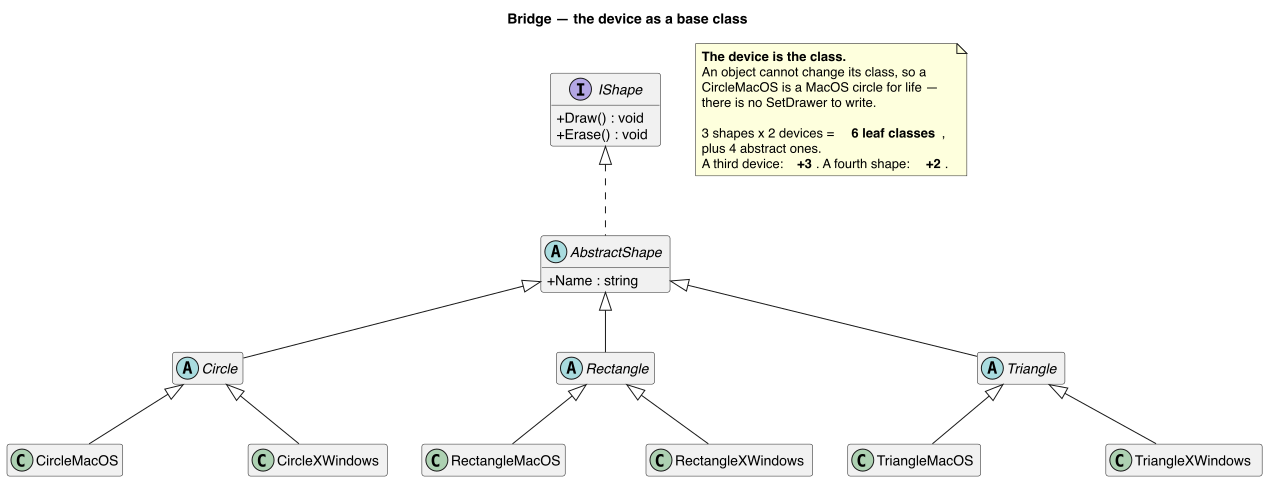
This is Bridge/src/Bridge/Shape/Problem/uml/Bridge - Shape (Problem) - Class Diagram.png from kaldiroglu/DesignPatternsWithCSharp, a PlantUML export, as it was before one commit. Its source is kept beside it as Bridge/src/Bridge/Shape/Problem/uml/Bridge - Shape (Problem) - Class Diagram.puml.
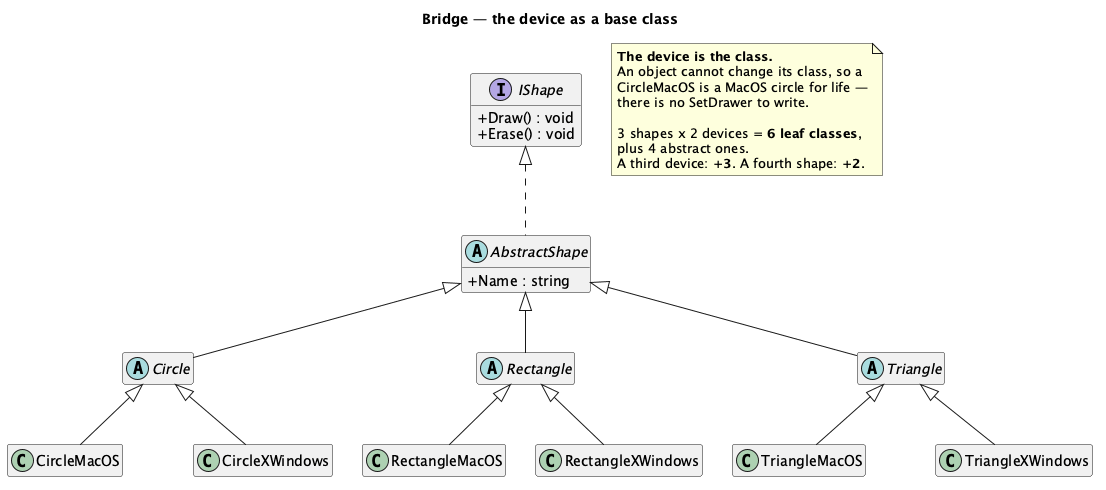
After the commit.

Change to the diagram source:
```diff
@@ -1,4 +1,5 @@
 @startuml "Bridge - Shape (Problem) - Class Diagram"
+skinparam nodesep 30
 skinparam linetype polyline
 skinparam class {
   BackgroundColor<<spacer>> transparent
@@ -53,32 +54,15 @@
   plus 4 abstract ones.
   A third device: <b>+3</b>. A fourth shape: <b>+2</b>.
 end note
-
-AbstractShape -[hidden]- Rectangle
-AbstractShape -[hidden]- Rectangle
-Circle -[hidden]right- Rectangle
-Rectangle -[hidden]right- Triangle
 class " " as Spacer1 <<spacer>>
 Circle -[hidden]- Spacer1
 Circle -[hidden]- Spacer1
 CircleMacOS -[hidden]right- Spacer1
 Spacer1 -[hidden]right- CircleXWindows
 class " " as Spacer2 <<spacer>>
-Rectangle -[hidden]- Spacer2
-Rectangle -[hidden]- Spacer2
-RectangleMacOS -[hidden]right- Spacer2
-Spacer2 -[hidden]right- RectangleXWindows
-class " " as Spacer3 <<spacer>>
-Triangle -[hidden]- Spacer3
-Triangle -[hidden]- Spacer3
-TriangleMacOS -[hidden]right- Spacer3
-Spacer3 -[hidden]right- TriangleXWindows
-class " " as Spacer66 <<spacer>>
-Circle -[hidden]- Spacer66
-CircleMacOS -[hidden]right- Spacer66
-Spacer66 -[hidden]right- CircleXWindows
-class " " as Spacer67 <<spacer>>
-Triangle -[hidden]- Spacer67
-TriangleMacOS -[hidden]right- Spacer67
-Spacer67 -[hidden]right- TriangleXWindows
+Triangle -[hidden]- Spacer2
+Triangle -[hidden]- Spacer2
+TriangleMacOS -[hidden]right- Spacer2
+Spacer2 -[hidden]right- TriangleXWindows
+RectangleXWindows -[hidden]right- TriangleMacOS
 @enduml
```
